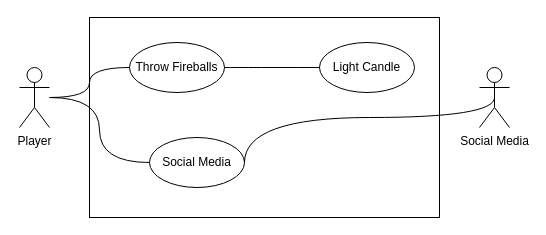
Above: Untitled Diagram.drawio in jmcjordi811/CISC210Draw (draw.io), before the change. Source tidied: cells renumbered, new cells numbered last; positions are measured from the earlier drawing's top-left corner, leaving out a move shared by most shapes. Both pictures are drawn from the tidied source at 100%, with x=0, y=0 at pixel (19, 17).
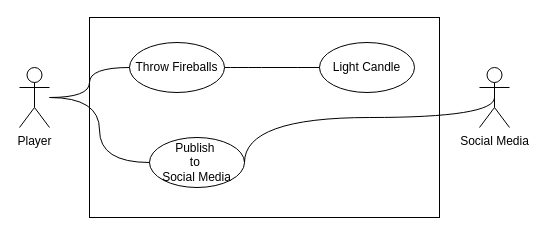
The same page after the edit.

Change to the diagram source:
```diff
@@
 <mxGraphModel>
   <root>
     <mxCell id="0" />
     <mxCell id="1" parent="0" />
     <mxCell id="2" style="edgeStyle=orthogonalEdgeStyle;rounded=0;jettySize=auto;html=1;entryX=0;entryY=0.5;entryDx=0;entryDy=0;curved=1;endArrow=none;endFill=0;" parent="1" edge="1" source="4" target="7">
       <mxGeometry relative="1" as="geometry" />
     </mxCell>
     <mxCell id="3" style="edgeStyle=orthogonalEdgeStyle;curved=1;rounded=0;jettySize=auto;html=1;entryX=0;entryY=0.5;entryDx=0;entryDy=0;endArrow=none;endFill=0;" parent="1" edge="1" source="4" target="10">
       <mxGeometry relative="1" as="geometry" />
     </mxCell>
     <mxCell id="4" value="Player" style="shape=umlActor;verticalLabelPosition=bottom;labelBackgroundColor=#ffffff;verticalAlign=top;html=1;" parent="1" vertex="1">
       <mxGeometry y="50" width="30" height="60" as="geometry" />
     </mxCell>
     <mxCell id="5" style="rounded=0;whiteSpace=wrap;html=1;fillColor=none;" parent="1" vertex="1">
       <mxGeometry x="70" width="350" height="200" as="geometry" />
     </mxCell>
     <mxCell id="6" style="edgeStyle=orthogonalEdgeStyle;curved=1;rounded=0;jettySize=auto;html=1;exitX=1;exitY=0.5;exitDx=0;exitDy=0;entryX=0;entryY=0.5;entryDx=0;entryDy=0;endArrow=none;endFill=0;" parent="1" edge="1" source="7" target="8">
       <mxGeometry relative="1" as="geometry" />
     </mxCell>
     <mxCell id="7" value="Throw Fireballs" style="ellipse;whiteSpace=wrap;html=1;fillColor=none;" parent="1" vertex="1">
       <mxGeometry x="110" y="25" width="95" height="50" as="geometry" />
     </mxCell>
     <mxCell id="8" value="Light Candle" style="ellipse;whiteSpace=wrap;html=1;fillColor=none;" parent="1" vertex="1">
       <mxGeometry x="300" y="25" width="95" height="50" as="geometry" />
     </mxCell>
     <mxCell id="9" style="edgeStyle=orthogonalEdgeStyle;curved=1;rounded=0;jettySize=auto;html=1;exitX=1;exitY=0.5;exitDx=0;exitDy=0;entryX=0.5;entryY=0.5;entryDx=0;entryDy=0;entryPerimeter=0;endArrow=none;endFill=0;" parent="1" edge="1" source="10" target="11">
       <mxGeometry relative="1" as="geometry">
         <Array as="points">
           <mxPoint x="225" y="100" />
           <mxPoint x="475" y="100" />
         </Array>
       </mxGeometry>
     </mxCell>
-    <mxCell id="10" value="Social Media" style="ellipse;whiteSpace=wrap;html=1;fillColor=none;" parent="1" vertex="1">
+    <mxCell id="10" value="Publish&amp;nbsp;&lt;br&gt;to&amp;nbsp;&lt;br&gt;Social Media" style="ellipse;whiteSpace=wrap;html=1;fillColor=none;" parent="1" vertex="1">
       <mxGeometry x="130" y="120" width="95" height="50" as="geometry" />
     </mxCell>
     <mxCell id="11" value="Social Media" style="shape=umlActor;verticalLabelPosition=bottom;labelBackgroundColor=#ffffff;verticalAlign=top;html=1;" parent="1" vertex="1">
       <mxGeometry x="460" y="50" width="30" height="60" as="geometry" />
     </mxCell>
   </root>
 </mxGraphModel>
```
